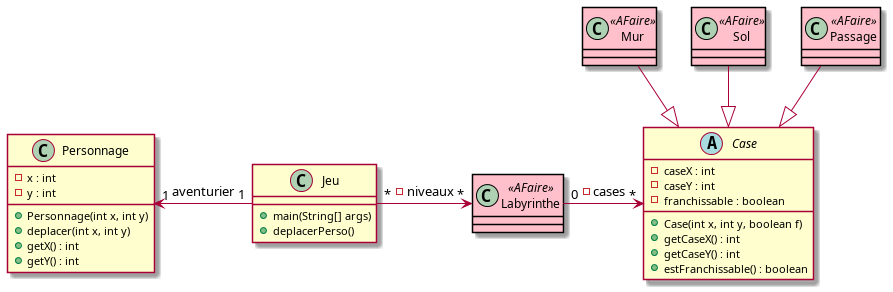
Above: documents/version_1/umlClasses.png in Alex-Michelet/2021_COO_Zeldiablo_Cordurie_Sacquard_Michelet_Kone_Becker (PlantUML), before the change.
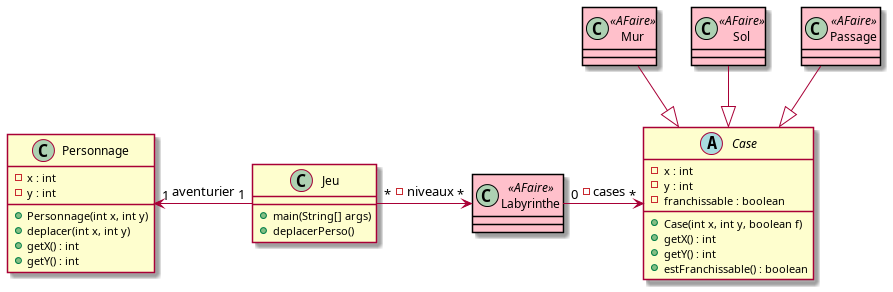
Later version of the same file.

Commit message:
changement nom diag classes

Diff of the diagram source:
```diff
@@ -20,12 +20,12 @@
 }
 
 abstract class Case{
-- caseX : int
-- caseY : int
+- x : int
+- y : int
 - franchissable : boolean
 + Case(int x, int y, boolean f)
-+ getCaseX() : int
-+ getCaseY() : int
++ getX() : int
++ getY() : int
 + estFranchissable() : boolean
 }
 
```
